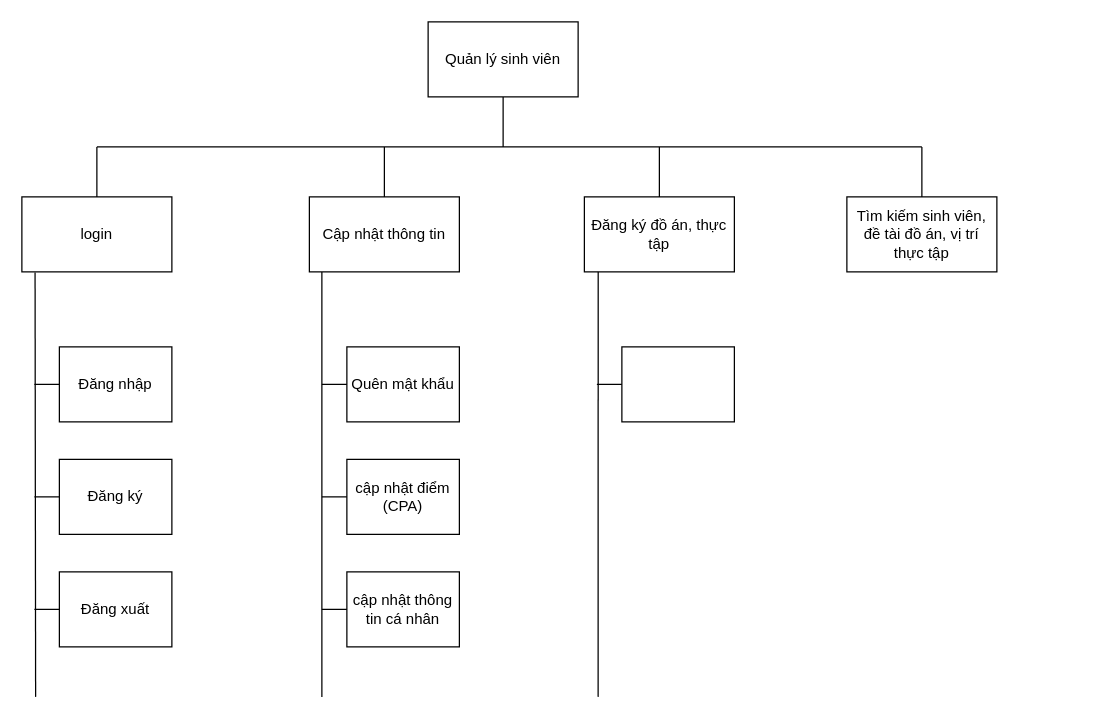
The draw.io diagram DA_II/BDPCCN.drawio in toroieno/HUST, before the edit. Source tidied: cells renumbered, new cells numbered last; positions are measured from the earlier drawing's top-left corner, leaving out a move shared by most shapes. Both pictures are drawn from the tidied source at 125%, with x=0, y=0 at pixel (21, 21).
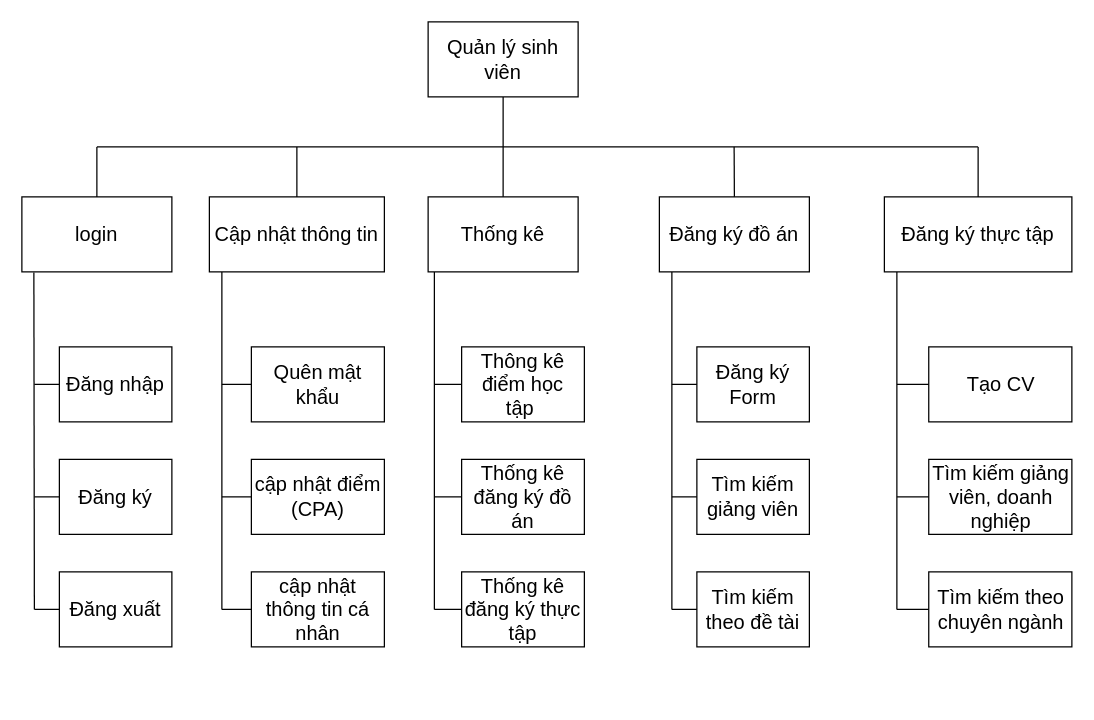
Above is the later version.

What changed in the source:
```diff
@@
-    <mxCell id="2" value="Quản lý sinh viên" style="rounded=0;whiteSpace=wrap;html=1;" parent="1" vertex="1">
+    <mxCell id="2" value="Quản lý sinh viên" style="rounded=0;whiteSpace=wrap;html=1;fontSize=16;" parent="1" vertex="1">
       <mxGeometry x="325" width="120" height="60" as="geometry" />
     </mxCell>
-    <mxCell id="3" value="login" style="rounded=0;whiteSpace=wrap;html=1;" parent="1" vertex="1">
+    <mxCell id="3" value="login" style="rounded=0;whiteSpace=wrap;html=1;fontSize=16;" parent="1" vertex="1">
       <mxGeometry y="140" width="120" height="60" as="geometry" />
     </mxCell>
-    <mxCell id="4" value="Cập nhật thông tin" style="rounded=0;whiteSpace=wrap;html=1;" parent="1" vertex="1">
-      <mxGeometry x="230" y="140" width="120" height="60" as="geometry" />
+    <mxCell id="4" value="Cập nhật thông tin" style="rounded=0;whiteSpace=wrap;html=1;fontSize=16;" parent="1" vertex="1">
+      <mxGeometry x="150" y="140" width="140" height="60" as="geometry" />
     </mxCell>
-    <mxCell id="5" value="Đăng ký đồ án, thực tập" style="rounded=0;whiteSpace=wrap;html=1;" parent="1" vertex="1">
-      <mxGeometry x="450" y="140" width="120" height="60" as="geometry" />
-    </mxCell>
-    <mxCell id="6" value="Tìm kiếm sinh viên, đề tài đồ án, vị trí thực tập" style="rounded=0;whiteSpace=wrap;html=1;" parent="1" vertex="1">
-      <mxGeometry x="660" y="140" width="120" height="60" as="geometry" />
+    <mxCell id="6" value="Đăng ký thực tập" style="rounded=0;whiteSpace=wrap;html=1;fontSize=16;" parent="1" vertex="1">
+      <mxGeometry x="690" y="140" width="150" height="60" as="geometry" />
     </mxCell>
-    <mxCell id="7" style="endArrow=none;html=1;" parent="1" edge="1">
+    <mxCell id="7" style="endArrow=none;html=1;fontSize=16;" parent="1" edge="1">
       <mxGeometry relative="1" as="geometry">
         <mxPoint x="60" y="100" as="sourcePoint" />
-        <mxPoint x="720" y="100" as="targetPoint" />
+        <mxPoint x="765" y="100" as="targetPoint" />
       </mxGeometry>
     </mxCell>
-    <mxCell id="8" style="endArrow=none;html=1;entryX=0.5;entryY=1;entryDx=0;entryDy=0;" parent="1" edge="1" target="2">
+    <mxCell id="8" style="endArrow=none;html=1;entryX=0.5;entryY=1;entryDx=0;entryDy=0;fontSize=16;" parent="1" edge="1" target="2">
       <mxGeometry relative="1" as="geometry">
         <mxPoint x="385" y="100" as="sourcePoint" />
       </mxGeometry>
     </mxCell>
-    <mxCell id="9" style="endArrow=none;html=1;exitX=0.5;exitY=0;exitDx=0;exitDy=0;" parent="1" edge="1" source="3">
+    <mxCell id="9" style="endArrow=none;html=1;exitX=0.5;exitY=0;exitDx=0;exitDy=0;fontSize=16;" parent="1" edge="1" source="3">
       <mxGeometry relative="1" as="geometry">
         <mxPoint x="60" y="100" as="targetPoint" />
       </mxGeometry>
     </mxCell>
-    <mxCell id="10" style="endArrow=none;html=1;exitX=0.5;exitY=0;exitDx=0;exitDy=0;" parent="1" edge="1" source="4">
+    <mxCell id="10" style="endArrow=none;html=1;exitX=0.5;exitY=0;exitDx=0;exitDy=0;fontSize=16;" parent="1" edge="1" source="4">
       <mxGeometry relative="1" as="geometry">
-        <mxPoint x="290" y="100" as="targetPoint" />
+        <mxPoint x="220" y="100" as="targetPoint" />
       </mxGeometry>
     </mxCell>
-    <mxCell id="11" style="endArrow=none;html=1;exitX=0.5;exitY=0;exitDx=0;exitDy=0;" parent="1" edge="1" source="5">
-      <mxGeometry relative="1" as="geometry">
-        <mxPoint x="510" y="100" as="targetPoint" />
-      </mxGeometry>
-    </mxCell>
-    <mxCell id="12" style="endArrow=none;html=1;exitX=0.5;exitY=0;exitDx=0;exitDy=0;" parent="1" edge="1" source="6">
+    <mxCell id="12" style="endArrow=none;html=1;exitX=0.5;exitY=0;exitDx=0;exitDy=0;fontSize=16;" parent="1" edge="1" source="6">
       <mxGeometry relative="1" as="geometry">
-        <mxPoint x="720" y="100" as="targetPoint" />
+        <mxPoint x="765" y="100" as="targetPoint" />
       </mxGeometry>
     </mxCell>
-    <mxCell id="13" style="endArrow=none;html=1;entryX=0.088;entryY=1.008;entryDx=0;entryDy=0;entryPerimeter=0;" parent="1" edge="1" target="3">
+    <mxCell id="13" style="endArrow=none;html=1;entryX=0.088;entryY=1.008;entryDx=0;entryDy=0;entryPerimeter=0;fontSize=16;" parent="1" edge="1">
       <mxGeometry relative="1" as="geometry">
-        <mxPoint x="11" y="540" as="sourcePoint" />
+        <mxPoint x="10" y="470" as="sourcePoint" />
+        <mxPoint x="9.6" y="200.5" as="targetPoint" />
       </mxGeometry>
     </mxCell>
-    <mxCell id="14" style="group;" parent="1" vertex="1">
+    <mxCell id="14" style="group;fontSize=16;" parent="1" vertex="1">
       <mxGeometry x="10" y="260" width="110" height="60" as="geometry" />
     </mxCell>
-    <mxCell id="15" value="Đăng nhập" style="rounded=0;whiteSpace=wrap;html=1;" parent="14" vertex="1">
+    <mxCell id="15" value="Đăng nhập" style="rounded=0;whiteSpace=wrap;html=1;fontSize=16;" parent="14" vertex="1">
       <mxGeometry x="20" width="90" height="60" as="geometry" />
     </mxCell>
-    <mxCell id="16" style="endArrow=none;html=1;exitX=0;exitY=0.5;exitDx=0;exitDy=0;" parent="14" edge="1" source="15">
+    <mxCell id="16" style="endArrow=none;html=1;exitX=0;exitY=0.5;exitDx=0;exitDy=0;fontSize=16;" parent="14" edge="1" source="15">
       <mxGeometry relative="1" as="geometry">
         <mxPoint y="30" as="targetPoint" />
       </mxGeometry>
     </mxCell>
-    <mxCell id="17" style="group;" parent="1" vertex="1">
+    <mxCell id="17" style="group;fontSize=16;" parent="1" vertex="1">
       <mxGeometry x="10" y="350" width="110" height="60" as="geometry" />
     </mxCell>
-    <mxCell id="18" value="Đăng ký" style="rounded=0;whiteSpace=wrap;html=1;" parent="17" vertex="1">
+    <mxCell id="18" value="Đăng ký" style="rounded=0;whiteSpace=wrap;html=1;fontSize=16;" parent="17" vertex="1">
       <mxGeometry x="20" width="90" height="60" as="geometry" />
     </mxCell>
-    <mxCell id="19" style="endArrow=none;html=1;exitX=0;exitY=0.5;exitDx=0;exitDy=0;" parent="17" edge="1" source="18">
+    <mxCell id="19" style="endArrow=none;html=1;exitX=0;exitY=0.5;exitDx=0;exitDy=0;fontSize=16;" parent="17" edge="1" source="18">
       <mxGeometry relative="1" as="geometry">
         <mxPoint y="30" as="targetPoint" />
       </mxGeometry>
     </mxCell>
-    <mxCell id="20" style="group;" parent="1" vertex="1">
+    <mxCell id="20" style="group;fontSize=16;" parent="1" vertex="1">
       <mxGeometry x="10" y="440" width="110" height="60" as="geometry" />
     </mxCell>
-    <mxCell id="21" value="Đăng xuất" style="rounded=0;whiteSpace=wrap;html=1;" parent="20" vertex="1">
+    <mxCell id="21" value="Đăng xuất" style="rounded=0;whiteSpace=wrap;html=1;fontSize=16;" parent="20" vertex="1">
       <mxGeometry x="20" width="90" height="60" as="geometry" />
     </mxCell>
-    <mxCell id="22" style="endArrow=none;html=1;exitX=0;exitY=0.5;exitDx=0;exitDy=0;" parent="20" edge="1" source="21">
+    <mxCell id="22" style="endArrow=none;html=1;exitX=0;exitY=0.5;exitDx=0;exitDy=0;fontSize=16;" parent="20" edge="1" source="21">
       <mxGeometry relative="1" as="geometry">
         <mxPoint y="30" as="targetPoint" />
       </mxGeometry>
     </mxCell>
-    <mxCell id="23" style="endArrow=none;html=1;" parent="1" edge="1">
+    <mxCell id="23" style="endArrow=none;html=1;fontSize=16;" parent="1" edge="1">
       <mxGeometry relative="1" as="geometry">
-        <mxPoint x="240" y="540" as="sourcePoint" />
-        <mxPoint x="240" y="200" as="targetPoint" />
+        <mxPoint x="160" y="470" as="sourcePoint" />
+        <mxPoint x="160" y="200" as="targetPoint" />
       </mxGeometry>
     </mxCell>
-    <mxCell id="24" style="group;" parent="1" vertex="1">
-      <mxGeometry x="240" y="260" width="110" height="60" as="geometry" />
+    <mxCell id="24" style="group;fontSize=16;" parent="1" vertex="1">
+      <mxGeometry x="160" y="260" width="130" height="60" as="geometry" />
     </mxCell>
-    <mxCell id="25" value="Quên mật khẩu" style="rounded=0;whiteSpace=wrap;html=1;" parent="24" vertex="1">
-      <mxGeometry x="20" width="90" height="60" as="geometry" />
+    <mxCell id="25" value="Quên mật khẩu" style="rounded=0;whiteSpace=wrap;html=1;fontSize=16;" parent="24" vertex="1">
+      <mxGeometry x="23.6" width="106.4" height="60" as="geometry" />
     </mxCell>
-    <mxCell id="26" style="endArrow=none;html=1;exitX=0;exitY=0.5;exitDx=0;exitDy=0;" parent="24" edge="1" source="25">
+    <mxCell id="26" style="endArrow=none;html=1;exitX=0;exitY=0.5;exitDx=0;exitDy=0;fontSize=16;" parent="24" edge="1" source="25">
       <mxGeometry relative="1" as="geometry">
         <mxPoint y="30" as="targetPoint" />
       </mxGeometry>
     </mxCell>
-    <mxCell id="27" style="group;" parent="1" vertex="1">
-      <mxGeometry x="240" y="350" width="110" height="60" as="geometry" />
+    <mxCell id="27" style="group;fontSize=16;" parent="1" vertex="1">
+      <mxGeometry x="160" y="350" width="130" height="60" as="geometry" />
     </mxCell>
-    <mxCell id="28" value="cập nhật điểm (CPA)" style="rounded=0;whiteSpace=wrap;html=1;" parent="27" vertex="1">
-      <mxGeometry x="20" width="90" height="60" as="geometry" />
+    <mxCell id="28" value="cập nhật điểm (CPA)" style="rounded=0;whiteSpace=wrap;html=1;fontSize=16;" parent="27" vertex="1">
+      <mxGeometry x="23.6" width="106.4" height="60" as="geometry" />
     </mxCell>
-    <mxCell id="29" style="endArrow=none;html=1;exitX=0;exitY=0.5;exitDx=0;exitDy=0;" parent="27" edge="1" source="28">
+    <mxCell id="29" style="endArrow=none;html=1;exitX=0;exitY=0.5;exitDx=0;exitDy=0;fontSize=16;" parent="27" edge="1" source="28">
       <mxGeometry relative="1" as="geometry">
         <mxPoint y="30" as="targetPoint" />
       </mxGeometry>
     </mxCell>
-    <mxCell id="30" style="group;" parent="1" vertex="1">
-      <mxGeometry x="240" y="440" width="110" height="60" as="geometry" />
+    <mxCell id="30" style="group;fontSize=16;" parent="1" vertex="1">
+      <mxGeometry x="160" y="440" width="130" height="60" as="geometry" />
     </mxCell>
-    <mxCell id="31" value="cập nhật thông tin cá nhân" style="rounded=0;whiteSpace=wrap;html=1;" parent="30" vertex="1">
-      <mxGeometry x="20" width="90" height="60" as="geometry" />
+    <mxCell id="31" value="cập nhật thông tin cá nhân" style="rounded=0;whiteSpace=wrap;html=1;fontSize=16;" parent="30" vertex="1">
+      <mxGeometry x="23.6" width="106.4" height="60" as="geometry" />
     </mxCell>
-    <mxCell id="32" style="endArrow=none;html=1;exitX=0;exitY=0.5;exitDx=0;exitDy=0;" parent="30" edge="1" source="31">
+    <mxCell id="32" style="endArrow=none;html=1;exitX=0;exitY=0.5;exitDx=0;exitDy=0;fontSize=16;" parent="30" edge="1" source="31">
       <mxGeometry relative="1" as="geometry">
         <mxPoint y="30" as="targetPoint" />
       </mxGeometry>
     </mxCell>
+    <mxCell id="36" style="endArrow=none;html=1;entryX=0.092;entryY=1;entryDx=0;entryDy=0;entryPerimeter=0;fontSize=16;" parent="1" edge="1">
+      <mxGeometry relative="1" as="geometry">
+        <mxPoint x="520" y="470" as="sourcePoint" />
+        <mxPoint x="520" y="200" as="targetPoint" />
+      </mxGeometry>
+    </mxCell>
+    <mxCell id="37" style="group;fontSize=16;" parent="1" vertex="1">
+      <mxGeometry x="540" y="100" width="120" height="100" as="geometry" />
+    </mxCell>
+    <mxCell id="5" value="Đăng ký đồ án" style="rounded=0;whiteSpace=wrap;html=1;fontSize=16;" parent="37" vertex="1">
+      <mxGeometry x="-30" y="40" width="120" height="60" as="geometry" />
+    </mxCell>
+    <mxCell id="38" style="endArrow=none;html=1;fontSize=16;" parent="37" edge="1">
+      <mxGeometry relative="1" as="geometry">
+        <mxPoint x="30" y="40" as="sourcePoint" />
+        <mxPoint x="29.8" as="targetPoint" />
+      </mxGeometry>
+    </mxCell>
+    <mxCell id="39" style="group;fontSize=16;" parent="1" vertex="1">
+      <mxGeometry x="520" y="260" width="110" height="60" as="geometry" />
+    </mxCell>
+    <mxCell id="40" value="Đăng ký Form" style="rounded=0;whiteSpace=wrap;html=1;fontSize=16;" parent="39" vertex="1">
+      <mxGeometry x="20" width="90" height="60" as="geometry" />
+    </mxCell>
+    <mxCell id="41" style="endArrow=none;html=1;exitX=0;exitY=0.5;exitDx=0;exitDy=0;fontSize=16;" parent="39" edge="1" source="40">
+      <mxGeometry relative="1" as="geometry">
+        <mxPoint y="30" as="targetPoint" />
+      </mxGeometry>
+    </mxCell>
+    <mxCell id="42" style="group;fontSize=16;" parent="1" vertex="1">
+      <mxGeometry x="520" y="350" width="110" height="60" as="geometry" />
+    </mxCell>
+    <mxCell id="43" value="Tìm kiếm giảng viên" style="rounded=0;whiteSpace=wrap;html=1;fontSize=16;" parent="42" vertex="1">
+      <mxGeometry x="20" width="90" height="60" as="geometry" />
+    </mxCell>
+    <mxCell id="44" style="endArrow=none;html=1;exitX=0;exitY=0.5;exitDx=0;exitDy=0;fontSize=16;" parent="42" edge="1" source="43">
+      <mxGeometry relative="1" as="geometry">
+        <mxPoint y="30" as="targetPoint" />
+      </mxGeometry>
+    </mxCell>
+    <mxCell id="45" style="group;fontSize=16;" parent="1" vertex="1">
+      <mxGeometry x="520" y="440" width="110" height="60" as="geometry" />
+    </mxCell>
+    <mxCell id="46" value="Tìm kiếm theo đề tài" style="rounded=0;whiteSpace=wrap;html=1;fontSize=16;" parent="45" vertex="1">
+      <mxGeometry x="20" width="90" height="60" as="geometry" />
+    </mxCell>
+    <mxCell id="47" style="endArrow=none;html=1;exitX=0;exitY=0.5;exitDx=0;exitDy=0;fontSize=16;" parent="45" edge="1" source="46">
+      <mxGeometry relative="1" as="geometry">
+        <mxPoint y="30" as="targetPoint" />
+      </mxGeometry>
+    </mxCell>
+    <mxCell id="48" style="group;fontSize=16;" parent="1" vertex="1">
+      <mxGeometry x="700" y="260" width="140" height="60" as="geometry" />
+    </mxCell>
+    <mxCell id="49" value="Tạo CV" style="rounded=0;whiteSpace=wrap;html=1;fontSize=16;" parent="48" vertex="1">
+      <mxGeometry x="25.5" width="114.5" height="60" as="geometry" />
+    </mxCell>
+    <mxCell id="50" style="endArrow=none;html=1;exitX=0;exitY=0.5;exitDx=0;exitDy=0;fontSize=16;" parent="48" edge="1" source="49">
+      <mxGeometry relative="1" as="geometry">
+        <mxPoint y="30" as="targetPoint" />
+      </mxGeometry>
+    </mxCell>
+    <mxCell id="51" style="group;fontSize=16;" parent="1" vertex="1">
+      <mxGeometry x="700" y="350" width="140" height="60" as="geometry" />
+    </mxCell>
+    <mxCell id="52" value="Tìm kiếm giảng viên, doanh nghiệp" style="rounded=0;whiteSpace=wrap;html=1;fontSize=16;" parent="51" vertex="1">
+      <mxGeometry x="25.5" width="114.5" height="60" as="geometry" />
+    </mxCell>
+    <mxCell id="53" style="endArrow=none;html=1;exitX=0;exitY=0.5;exitDx=0;exitDy=0;fontSize=16;" parent="51" edge="1" source="52">
+      <mxGeometry relative="1" as="geometry">
+        <mxPoint y="30" as="targetPoint" />
+      </mxGeometry>
+    </mxCell>
+    <mxCell id="54" style="group;fontSize=16;" parent="1" vertex="1">
+      <mxGeometry x="700" y="440" width="140" height="60" as="geometry" />
+    </mxCell>
+    <mxCell id="55" value="Tìm kiếm theo chuyên ngành" style="rounded=0;whiteSpace=wrap;html=1;fontSize=16;" parent="54" vertex="1">
+      <mxGeometry x="25.5" width="114.5" height="60" as="geometry" />
+    </mxCell>
+    <mxCell id="56" style="endArrow=none;html=1;exitX=0;exitY=0.5;exitDx=0;exitDy=0;fontSize=16;" parent="54" edge="1" source="55">
+      <mxGeometry relative="1" as="geometry">
+        <mxPoint y="30" as="targetPoint" />
+      </mxGeometry>
+    </mxCell>
+    <mxCell id="57" style="endArrow=none;html=1;entryX=0.092;entryY=1;entryDx=0;entryDy=0;entryPerimeter=0;fontSize=16;" parent="1" edge="1">
+      <mxGeometry relative="1" as="geometry">
+        <mxPoint x="700" y="470" as="sourcePoint" />
+        <mxPoint x="700" y="200" as="targetPoint" />
+      </mxGeometry>
+    </mxCell>
+    <mxCell id="58" style="endArrow=none;html=1;exitX=0.5;exitY=0;exitDx=0;exitDy=0;fontSize=16;" parent="1" edge="1" source="59">
+      <mxGeometry relative="1" as="geometry">
+        <mxPoint x="385" y="100" as="targetPoint" />
+      </mxGeometry>
+    </mxCell>
-    <mxCell id="33" style="group;" parent="1" vertex="1">
-      <mxGeometry x="460" y="260" width="110" height="60" as="geometry" />
+    <mxCell id="33" style="group;fontSize=16;" parent="1" vertex="1">
+      <mxGeometry x="330" y="260" width="120" height="60" as="geometry" />
     </mxCell>
-    <mxCell id="34" style="rounded=0;whiteSpace=wrap;html=1;" parent="33" vertex="1">
-      <mxGeometry x="20" width="90" height="60" as="geometry" />
+    <mxCell id="34" value="Thông kê điểm học tập&amp;nbsp;" style="rounded=0;whiteSpace=wrap;html=1;fontSize=16;" parent="33" vertex="1">
+      <mxGeometry x="21.8" width="98.2" height="60" as="geometry" />
     </mxCell>
-    <mxCell id="35" style="endArrow=none;html=1;exitX=0;exitY=0.5;exitDx=0;exitDy=0;" parent="33" edge="1" source="34">
+    <mxCell id="35" style="endArrow=none;html=1;exitX=0;exitY=0.5;exitDx=0;exitDy=0;fontSize=16;" parent="33" edge="1" source="34">
       <mxGeometry relative="1" as="geometry">
         <mxPoint y="30" as="targetPoint" />
       </mxGeometry>
     </mxCell>
-    <mxCell id="36" style="endArrow=none;html=1;entryX=0.092;entryY=1;entryDx=0;entryDy=0;entryPerimeter=0;" parent="1" edge="1" target="5">
-      <mxGeometry relative="1" as="geometry">
-        <mxPoint x="461" y="540" as="sourcePoint" />
-      </mxGeometry>
-    </mxCell>
+    <mxCell id="59" value="Thống kê" style="rounded=0;whiteSpace=wrap;html=1;fontSize=16;" parent="1" vertex="1">
+      <mxGeometry x="325" y="140" width="120" height="60" as="geometry" />
+    </mxCell>
+    <mxCell id="60" style="endArrow=none;html=1;fontSize=16;" parent="1" edge="1">
+      <mxGeometry relative="1" as="geometry">
+        <mxPoint x="330" y="470" as="sourcePoint" />
+        <mxPoint x="330" y="200" as="targetPoint" />
+      </mxGeometry>
+    </mxCell>
+    <mxCell id="61" style="group;fontSize=16;" parent="1" vertex="1">
+      <mxGeometry x="330" y="350" width="120" height="60" as="geometry" />
+    </mxCell>
+    <mxCell id="62" value="Thống kê đăng ký đồ án" style="rounded=0;whiteSpace=wrap;html=1;fontSize=16;" parent="61" vertex="1">
+      <mxGeometry x="21.8" width="98.2" height="60" as="geometry" />
+    </mxCell>
+    <mxCell id="63" style="endArrow=none;html=1;exitX=0;exitY=0.5;exitDx=0;exitDy=0;fontSize=16;" parent="61" edge="1" source="62">
+      <mxGeometry relative="1" as="geometry">
+        <mxPoint y="30" as="targetPoint" />
+      </mxGeometry>
+    </mxCell>
+    <mxCell id="64" style="group;fontSize=16;" parent="1" vertex="1">
+      <mxGeometry x="330" y="440" width="120" height="60" as="geometry" />
+    </mxCell>
+    <mxCell id="65" value="Thống kê đăng ký thực tập" style="rounded=0;whiteSpace=wrap;html=1;fontSize=16;" parent="64" vertex="1">
+      <mxGeometry x="21.8" width="98.2" height="60" as="geometry" />
+    </mxCell>
+    <mxCell id="66" style="endArrow=none;html=1;exitX=0;exitY=0.5;exitDx=0;exitDy=0;fontSize=16;" parent="64" edge="1" source="65">
+      <mxGeometry relative="1" as="geometry">
+        <mxPoint y="30" as="targetPoint" />
+      </mxGeometry>
+    </mxCell>
```
